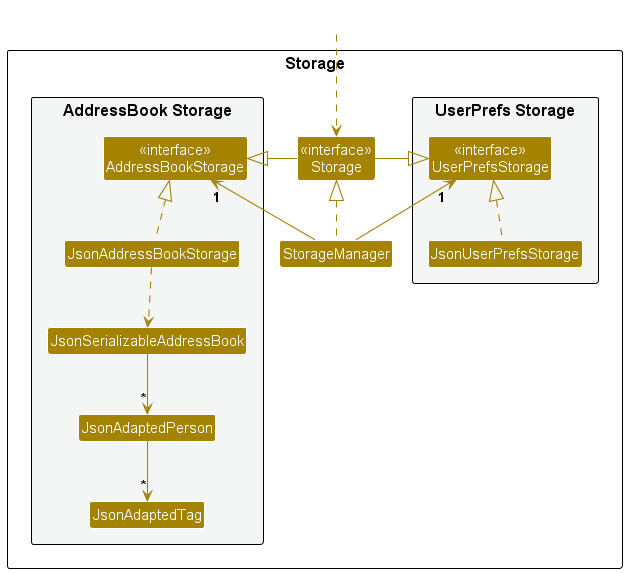
Above: docs/images/StorageClassDiagram.png in nus-cs2103-AY2425S1/tp (PlantUML), before the change. Source of this version:
```plantuml
@startuml
!include style.puml
skinparam arrowThickness 1.1
skinparam arrowColor STORAGE_COLOR
skinparam classBackgroundColor STORAGE_COLOR

package Storage as StoragePackage {

package "UserPrefs Storage" #F4F6F6{
Class "<<interface>>\nUserPrefsStorage" as UserPrefsStorage
Class JsonUserPrefsStorage
}

Class "<<interface>>\nStorage" as Storage
Class StorageManager

package "AddressBook Storage" #F4F6F6{
Class "<<interface>>\nAddressBookStorage" as AddressBookStorage
Class JsonAddressBookStorage
Class JsonSerializableAddressBook
Class JsonAdaptedPerson
Class JsonAdaptedTag
}

}

Class HiddenOutside #FFFFFF
HiddenOutside ..> Storage

StorageManager .up.|> Storage
StorageManager -up-> "1" UserPrefsStorage
StorageManager -up-> "1" AddressBookStorage

Storage -left-|> UserPrefsStorage
Storage -right-|> AddressBookStorage

JsonUserPrefsStorage .up.|> UserPrefsStorage
JsonAddressBookStorage .up.|> AddressBookStorage
JsonAddressBookStorage ..> JsonSerializableAddressBook
JsonSerializableAddressBook --> "*" JsonAdaptedPerson
JsonAdaptedPerson --> "*" JsonAdaptedTag

@enduml
```
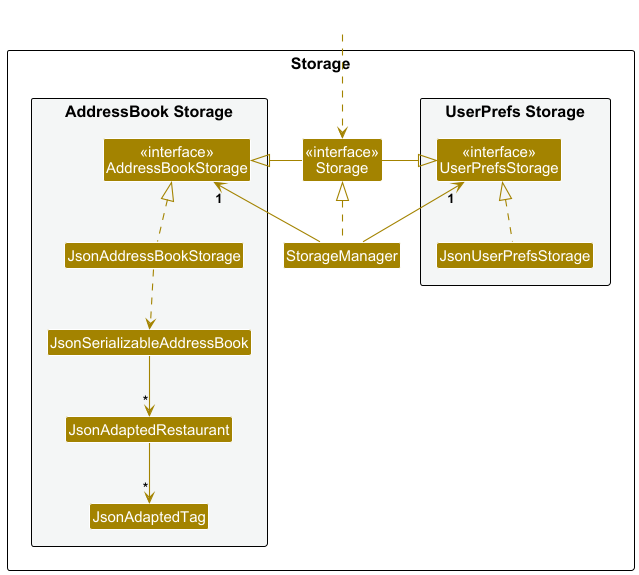
Later version of the same file.

Change to the diagram source:
```diff
@@ -18,7 +18,7 @@
 Class "<<interface>>\nAddressBookStorage" as AddressBookStorage
 Class JsonAddressBookStorage
 Class JsonSerializableAddressBook
-Class JsonAdaptedPerson
+Class JsonAdaptedRestaurant
 Class JsonAdaptedTag
 }
 
@@ -37,7 +37,7 @@
 JsonUserPrefsStorage .up.|> UserPrefsStorage
 JsonAddressBookStorage .up.|> AddressBookStorage
 JsonAddressBookStorage ..> JsonSerializableAddressBook
-JsonSerializableAddressBook --> "*" JsonAdaptedPerson
-JsonAdaptedPerson --> "*" JsonAdaptedTag
+JsonSerializableAddressBook --> "*" JsonAdaptedRestaurant
+JsonAdaptedRestaurant --> "*" JsonAdaptedTag
 
 @enduml
```
